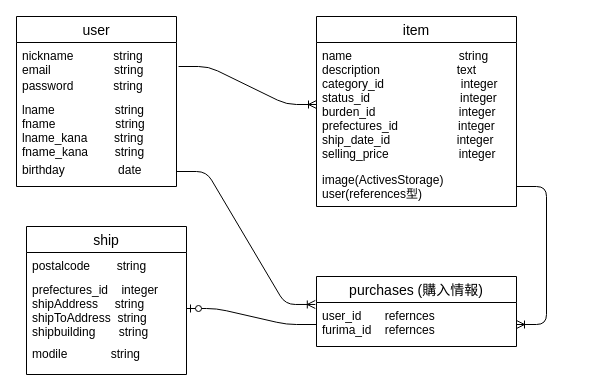
Before: furima.dio in MasatakaTsuji/furima-30500, a draw.io diagram. Source tidied: cells renumbered, new cells numbered last; positions are measured from the earlier drawing's top-left corner, leaving out a move shared by most shapes. Both pictures are drawn from the tidied source at 100%, with x=0, y=0 at pixel (16, 16).
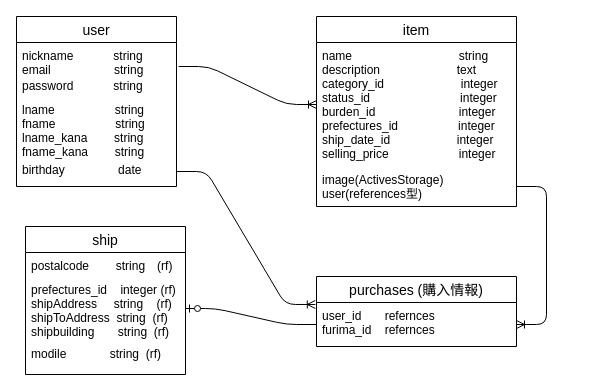
After the change.

The edit, as a diff of the source:
```diff
@@
 <mxGraphModel>
   <root>
     <mxCell id="0" />
     <mxCell id="1" parent="0" />
     <mxCell id="2" value="user" style="swimlane;fontStyle=0;horizontal=1;startSize=26;align=center;fontSize=14;" parent="1" vertex="1">
       <mxGeometry width="160" height="170" as="geometry" />
     </mxCell>
     <mxCell id="3" value="nickname            string&#10;email                   string " style="text;strokeColor=none;fillColor=none;spacingLeft=4;spacingRight=4;overflow=hidden;points=[[0,0.5],[1,0.5]];portConstraint=eastwest;fontSize=12;" parent="2" vertex="1">
       <mxGeometry y="26" width="160" height="30" as="geometry" />
     </mxCell>
     <mxCell id="4" value="password            string" style="text;strokeColor=none;fillColor=none;spacingLeft=4;spacingRight=4;overflow=hidden;fontSize=12;" parent="2" vertex="1">
       <mxGeometry y="56" width="160" height="24" as="geometry" />
     </mxCell>
     <mxCell id="5" value="lname                  string&#10;fname                  string&#10;lname_kana        string&#10;fname_kana        string" style="text;strokeColor=none;fillColor=none;spacingLeft=4;spacingRight=4;overflow=hidden;fontSize=12;" parent="2" vertex="1">
       <mxGeometry y="80" width="160" height="60" as="geometry" />
     </mxCell>
     <mxCell id="6" value="birthday                date" style="text;strokeColor=none;fillColor=none;spacingLeft=4;spacingRight=4;overflow=hidden;points=[[0,0.5],[1,0.5]];portConstraint=eastwest;fontSize=12;" parent="2" vertex="1">
       <mxGeometry y="140" width="160" height="30" as="geometry" />
     </mxCell>
     <mxCell id="7" style="edgeStyle=entityRelationEdgeStyle;fontSize=12;html=1;endArrow=ERoneToMany;exitX=1.013;exitY=0.8;exitDx=0;exitDy=0;exitPerimeter=0;" parent="1" edge="1" source="3" target="10">
       <mxGeometry relative="1" as="geometry" />
     </mxCell>
     <mxCell id="8" style="edgeStyle=entityRelationEdgeStyle;fontSize=12;html=1;endArrow=ERoneToMany;entryX=-0.006;entryY=0.045;entryDx=0;entryDy=0;entryPerimeter=0;" parent="1" edge="1" source="6" target="19">
       <mxGeometry relative="1" as="geometry" />
     </mxCell>
     <mxCell id="9" value="item" style="swimlane;fontStyle=0;horizontal=1;startSize=26;align=center;fontSize=14;" parent="1" vertex="1">
       <mxGeometry x="300" width="200" height="190" as="geometry" />
     </mxCell>
     <mxCell id="10" value="name                                string&#10;description                       text&#10;category_id                       integer&#10;status_id                           integer&#10;burden_id                         integer&#10;prefectures_id                  integer&#10;ship_date_id                    integer                          &#10;selling_price                     integer" style="text;strokeColor=none;fillColor=none;spacingLeft=4;spacingRight=4;overflow=hidden;points=[[0,0.5],[1,0.5]];portConstraint=eastwest;fontSize=12;" parent="9" vertex="1">
       <mxGeometry y="26" width="200" height="124" as="geometry" />
     </mxCell>
     <mxCell id="11" value="image(ActivesStorage)&#10;user(references型)" style="text;strokeColor=none;fillColor=none;spacingLeft=4;spacingRight=4;overflow=hidden;points=[[0,0.5],[1,0.5]];portConstraint=eastwest;fontSize=12;" parent="9" vertex="1">
       <mxGeometry y="150" width="200" height="40" as="geometry" />
     </mxCell>
     <mxCell id="12" style="edgeStyle=entityRelationEdgeStyle;fontSize=12;html=1;endArrow=ERzeroToOne;endFill=1;" parent="1" edge="1" source="19" target="15">
       <mxGeometry relative="1" as="geometry" />
     </mxCell>
     <mxCell id="13" value="ship" style="swimlane;fontStyle=0;horizontal=1;startSize=26;align=center;fontSize=14;" parent="1" vertex="1">
-      <mxGeometry x="10" y="210" width="160" height="148" as="geometry" />
+      <mxGeometry x="9" y="210" width="160" height="148" as="geometry" />
     </mxCell>
-    <mxCell id="14" value="postalcode        string&#10;" style="text;strokeColor=none;fillColor=none;spacingLeft=4;spacingRight=4;overflow=hidden;fontSize=12;" parent="13" vertex="1">
+    <mxCell id="14" value="postalcode        string　(rf)&#10;" style="text;strokeColor=none;fillColor=none;spacingLeft=4;spacingRight=4;overflow=hidden;fontSize=12;" parent="13" vertex="1">
       <mxGeometry y="26" width="160" height="24" as="geometry" />
     </mxCell>
-    <mxCell id="15" value="prefectures_id    integer&#10;shipAddress     string&#10;shipToAddress  string&#10;shipbuilding       string" style="text;strokeColor=none;fillColor=none;spacingLeft=4;spacingRight=4;overflow=hidden;points=[[0,0.5],[1,0.5]];portConstraint=eastwest;fontSize=12;" parent="13" vertex="1">
+    <mxCell id="15" value="prefectures_id    integer (rf)&#10;shipAddress     string    (rf)&#10;shipToAddress  string  (rf)&#10;shipbuilding       string  (rf)" style="text;strokeColor=none;fillColor=none;spacingLeft=4;spacingRight=4;overflow=hidden;points=[[0,0.5],[1,0.5]];portConstraint=eastwest;fontSize=12;" parent="13" vertex="1">
       <mxGeometry y="50" width="160" height="64" as="geometry" />
     </mxCell>
-    <mxCell id="16" value="modile             string" style="text;strokeColor=none;fillColor=none;spacingLeft=4;spacingRight=4;overflow=hidden;fontSize=12;" parent="13" vertex="1">
+    <mxCell id="16" value="modile             string  (rf)" style="text;strokeColor=none;fillColor=none;spacingLeft=4;spacingRight=4;overflow=hidden;fontSize=12;" parent="13" vertex="1">
       <mxGeometry y="114" width="160" height="34" as="geometry" />
     </mxCell>
     <mxCell id="17" style="edgeStyle=entityRelationEdgeStyle;fontSize=12;html=1;endArrow=ERoneToMany;" parent="1" edge="1" source="11" target="19">
       <mxGeometry relative="1" as="geometry" />
     </mxCell>
     <mxCell id="18" value="purchases (購入情報)" style="swimlane;fontStyle=0;horizontal=1;startSize=26;align=center;fontSize=14;" parent="1" vertex="1">
       <mxGeometry x="300" y="260" width="200" height="70" as="geometry" />
     </mxCell>
     <mxCell id="19" value="user_id       refernces               &#10;furima_id    refernces" style="text;strokeColor=none;fillColor=none;spacingLeft=4;spacingRight=4;overflow=hidden;points=[[0,0.5],[1,0.5]];portConstraint=eastwest;fontSize=12;" parent="18" vertex="1">
       <mxGeometry y="26" width="200" height="44" as="geometry" />
     </mxCell>
   </root>
 </mxGraphModel>
```
